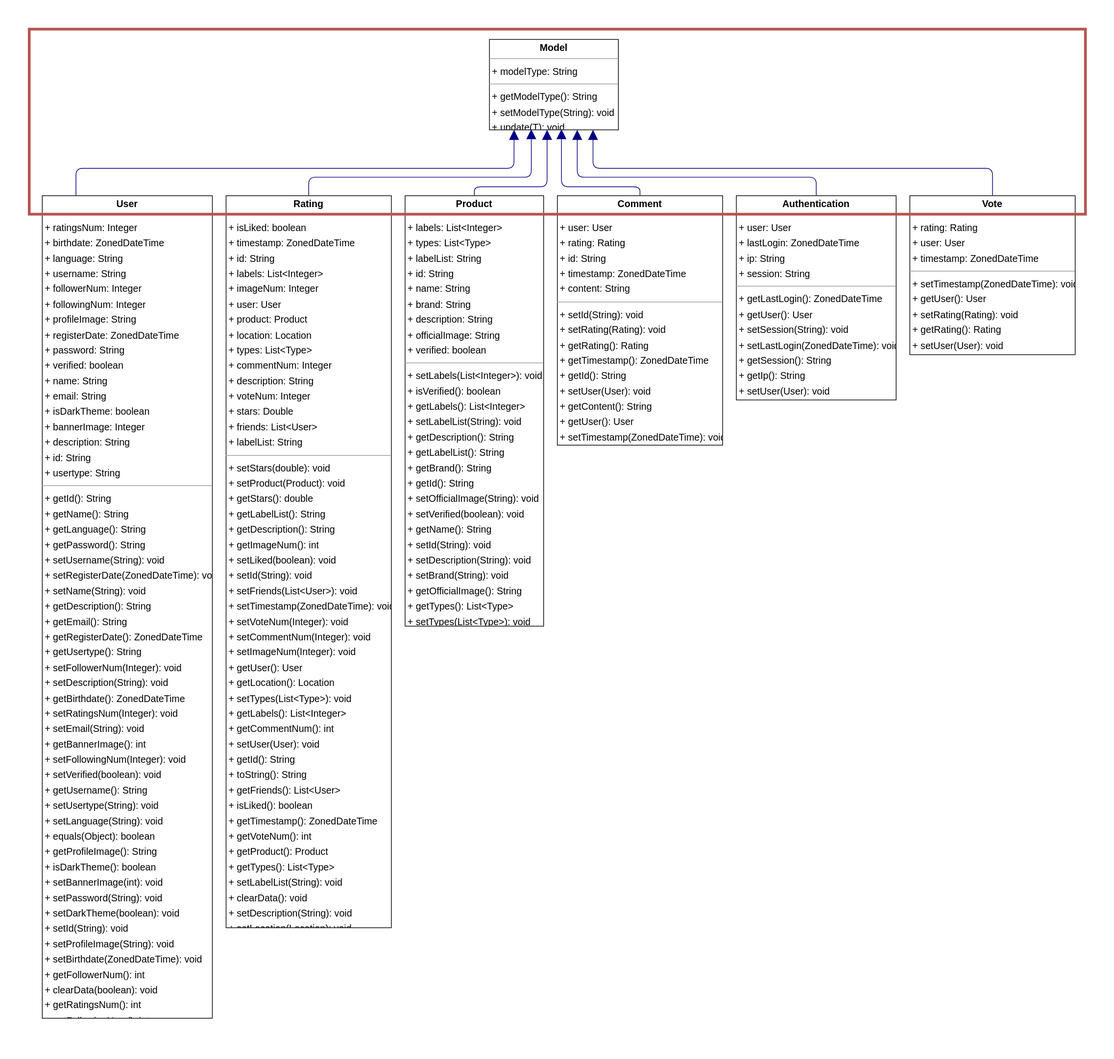
Before: docs/SAD/architecturalDiagrams/backend-models.svg, a diagram exported from draw.io (2002chris/UNDECIDED_DOCS). Source tidied: cells renumbered, new cells last; positions are measured from the earlier drawing's top-left corner, leaving out a move shared by most shapes.
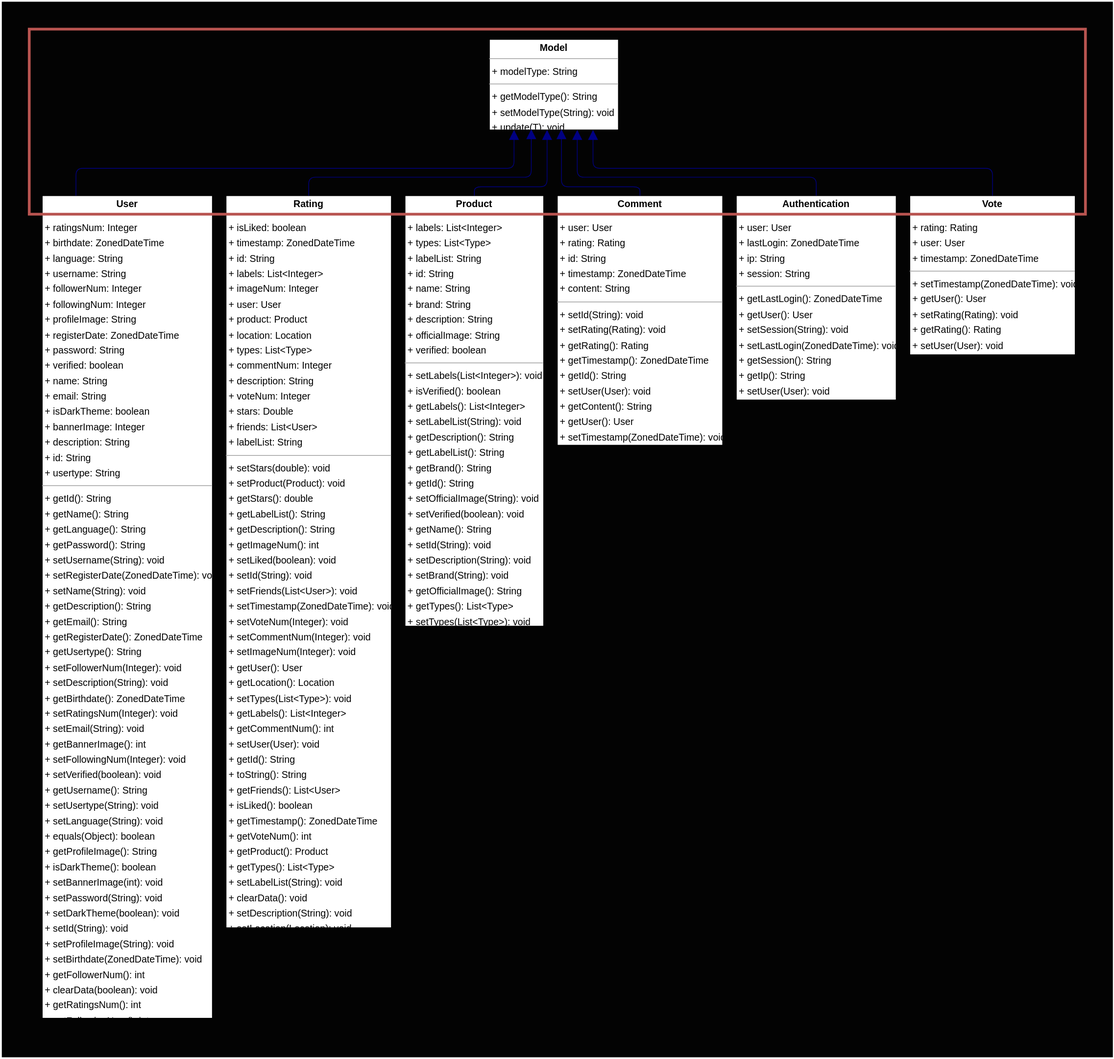
Later version of the same file.

Commit message:
updated models class diagram with highlighted design pattern

Diff of the diagram source:
```diff
@@ -2,7 +2,7 @@
   <root>
     <mxCell id="0" />
     <mxCell id="1" parent="0" />
-    <mxCell id="2" style="rounded=0;whiteSpace=wrap;html=1;strokeWidth=4;strokeColor=none;" parent="1" vertex="1">
+    <mxCell id="2" style="rounded=0;whiteSpace=wrap;html=1;strokeWidth=4;strokeColor=none;fillColor=#030303;" parent="1" vertex="1">
       <mxGeometry width="1620" height="1540" as="geometry" />
     </mxCell>
     <mxCell id="3" value="&lt;p style=&quot;margin:0px;margin-top:4px;text-align:center;&quot;&gt;&lt;b&gt;Authentication&lt;/b&gt;&lt;/p&gt;&lt;hr size=&quot;1&quot;/&gt;&lt;p style=&quot;margin:0 0 0 4px;line-height:1.6;&quot;&gt;+ user: User&lt;br/&gt;+ lastLogin: ZonedDateTime&lt;br/&gt;+ ip: String&lt;br/&gt;+ session: String&lt;/p&gt;&lt;hr size=&quot;1&quot;/&gt;&lt;p style=&quot;margin:0 0 0 4px;line-height:1.6;&quot;&gt;+ getLastLogin(): ZonedDateTime&lt;br/&gt;+ getUser(): User&lt;br/&gt;+ setSession(String): void&lt;br/&gt;+ setLastLogin(ZonedDateTime): void&lt;br/&gt;+ getSession(): String&lt;br/&gt;+ getIp(): String&lt;br/&gt;+ setUser(User): void&lt;br/&gt;+ setIp(String): void&lt;/p&gt;" style="verticalAlign=top;align=left;overflow=fill;fontSize=14;fontFamily=Helvetica;html=1;rounded=0;shadow=0;comic=0;labelBackgroundColor=none;strokeWidth=1;" parent="1" vertex="1">
```
